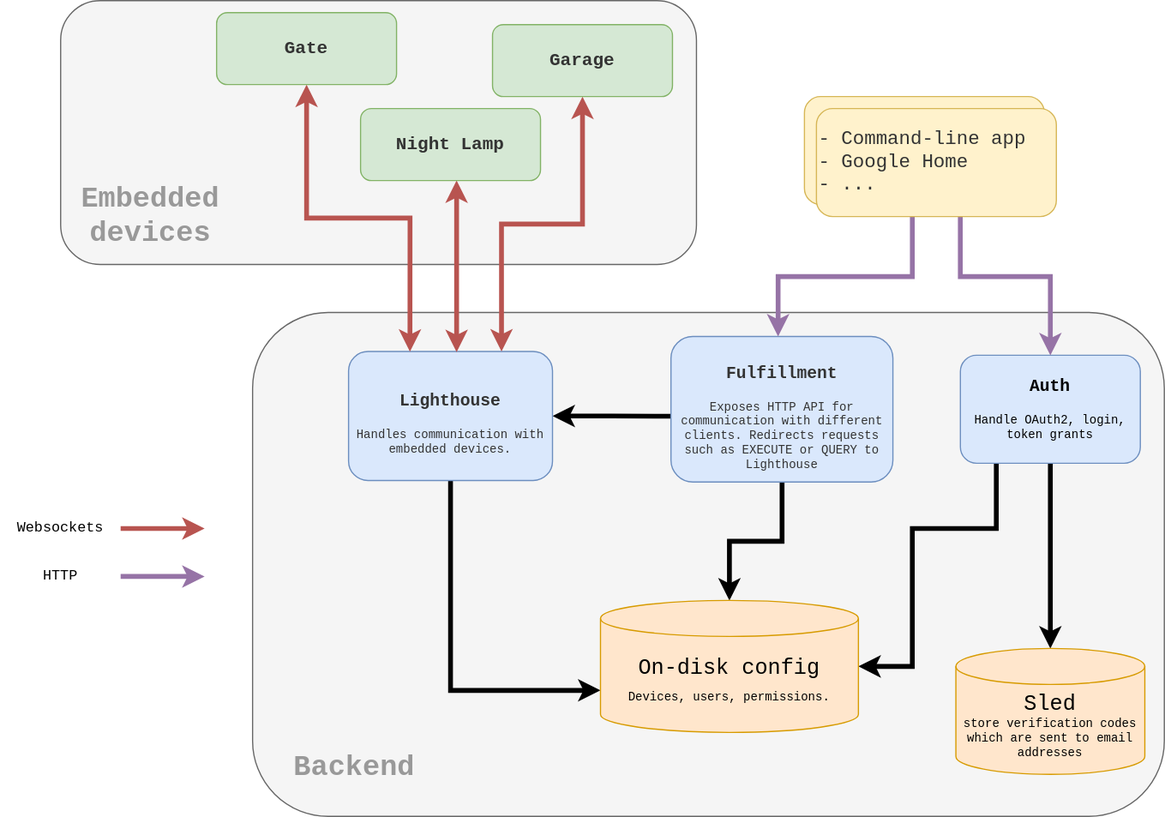
gbaranski/houseflow keeps this draw.io diagram as docs/architecture.svg. Above is the earlier version. Source tidied: cells renumbered, new cells last; positions are measured from the earlier drawing's top-left corner, leaving out a move shared by most shapes.
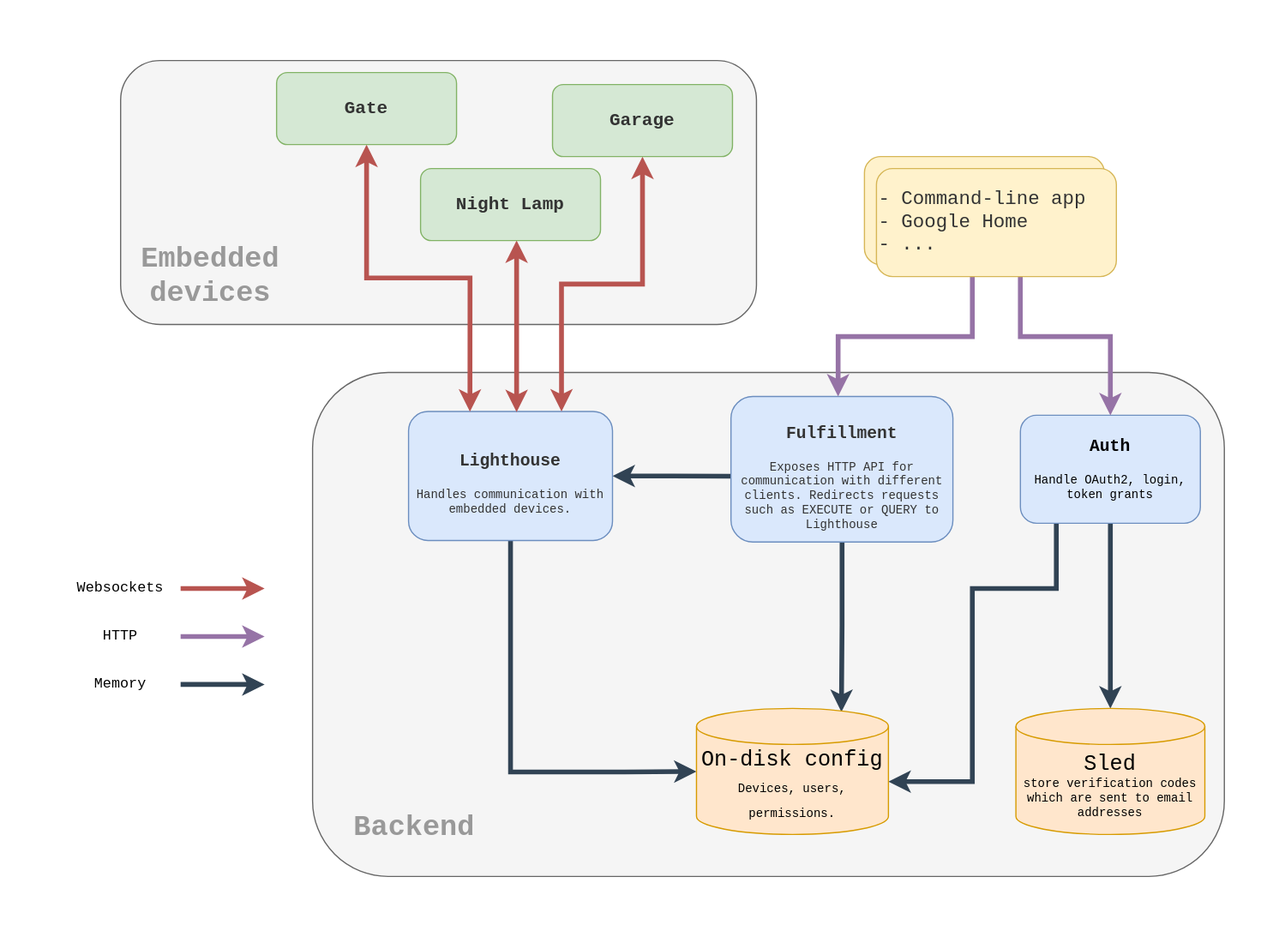
The same diagram one commit later.

Commit message:
docs: clean out architecture diagram

The edit, as a diff of the source:
```diff
@@ -8,20 +8,21 @@
     <mxCell id="3" style="rounded=1;whiteSpace=wrap;html=1;fillColor=#f5f5f5;strokeColor=#666666;fontColor=#333333;fontFamily=Courier New;" parent="1" vertex="1">
       <mxGeometry x="210" y="260" width="760" height="420" as="geometry" />
     </mxCell>
-    <mxCell id="4" style="edgeStyle=orthogonalEdgeStyle;rounded=0;jumpSize=6;jettySize=auto;html=1;entryX=-0.001;entryY=0.548;entryDx=0;entryDy=0;entryPerimeter=0;fontFamily=Courier New;fontSize=18;startArrow=classic;startFill=1;endArrow=none;endFill=0;strokeWidth=4;" parent="1" edge="1" source="6" target="8">
+    <mxCell id="4" style="edgeStyle=orthogonalEdgeStyle;rounded=0;jumpSize=6;jettySize=auto;html=1;entryX=-0.001;entryY=0.548;entryDx=0;entryDy=0;entryPerimeter=0;fontFamily=Courier New;fontSize=18;startArrow=classic;startFill=1;endArrow=none;endFill=0;strokeWidth=4;fillColor=#647687;strokeColor=#314354;" parent="1" edge="1" source="6" target="8">
       <mxGeometry relative="1" as="geometry" />
     </mxCell>
-    <mxCell id="5" style="edgeStyle=orthogonalEdgeStyle;rounded=0;jettySize=auto;html=1;entryX=0;entryY=0;entryDx=0;entryDy=75;entryPerimeter=0;strokeWidth=4;" parent="1" edge="1" source="6" target="29">
+    <mxCell id="5" style="edgeStyle=orthogonalEdgeStyle;rounded=0;jettySize=auto;html=1;entryX=0;entryY=0.5;entryDx=0;entryDy=0;entryPerimeter=0;strokeWidth=4;fillColor=#647687;strokeColor=#314354;" parent="1" edge="1" source="6" target="29">
       <mxGeometry relative="1" as="geometry">
         <Array as="points">
-          <mxPoint x="375" y="575" />
+          <mxPoint x="375" y="593" />
+          <mxPoint x="470" y="593" />
         </Array>
       </mxGeometry>
     </mxCell>
     <mxCell id="6" value="&lt;h3&gt;&lt;font&gt;Lighthouse&lt;/font&gt;&lt;/h3&gt;&lt;div style=&quot;font-size: 10px&quot;&gt;Handles communication with embedded devices.&lt;br&gt;&lt;/div&gt;" style="rounded=1;whiteSpace=wrap;html=1;fillColor=#dae8fc;strokeColor=#6c8ebf;fontColor=#333333;fontFamily=Courier New;" parent="1" vertex="1">
       <mxGeometry x="290" y="292.5" width="170" height="107.5" as="geometry" />
     </mxCell>
-    <mxCell id="7" style="edgeStyle=orthogonalEdgeStyle;rounded=0;jettySize=auto;html=1;strokeWidth=4;" parent="1" edge="1" source="8" target="29">
+    <mxCell id="7" style="edgeStyle=orthogonalEdgeStyle;rounded=0;jettySize=auto;html=1;strokeWidth=4;entryX=0.755;entryY=0.028;entryDx=0;entryDy=0;entryPerimeter=0;fillColor=#647687;strokeColor=#314354;" parent="1" edge="1" source="8" target="29">
       <mxGeometry relative="1" as="geometry" />
     </mxCell>
     <mxCell id="8" value="&lt;h3&gt;&lt;font&gt;Fulfillment&lt;/font&gt;&lt;/h3&gt;&lt;div style=&quot;font-size: 10px&quot;&gt;Exposes HTTP API for communication with different clients. Redirects requests such as EXECUTE or QUERY to Lighthouse&lt;br&gt;&lt;/div&gt;" style="rounded=1;whiteSpace=wrap;html=1;fillColor=#dae8fc;strokeColor=#6c8ebf;fontColor=#333333;fontFamily=Courier New;" parent="1" vertex="1">
@@ -53,19 +54,19 @@
     <mxCell id="15" style="rounded=1;whiteSpace=wrap;html=1;fillColor=#fff2cc;strokeColor=#d6b656;fontColor=#333333;fontFamily=Courier New;shadow=0;glass=0;sketch=0;fontSize=18;" parent="1" vertex="1">
       <mxGeometry x="670" y="80" width="200" height="90" as="geometry" />
     </mxCell>
-    <mxCell id="16" style="edgeStyle=orthogonalEdgeStyle;rounded=0;jumpSize=6;jettySize=auto;html=1;entryX=0.5;entryY=0;entryDx=0;entryDy=0;entryPerimeter=0;fontFamily=Courier New;fontSize=16;startArrow=none;startFill=0;endArrow=classic;endFill=1;strokeWidth=4;" parent="1" edge="1" source="18" target="28">
+    <mxCell id="16" style="edgeStyle=orthogonalEdgeStyle;rounded=0;jumpSize=6;jettySize=auto;html=1;entryX=0.5;entryY=0;entryDx=0;entryDy=0;entryPerimeter=0;fontFamily=Courier New;fontSize=16;startArrow=none;startFill=0;endArrow=classic;endFill=1;strokeWidth=4;fillColor=#647687;strokeColor=#314354;" parent="1" edge="1" source="18" target="28">
       <mxGeometry relative="1" as="geometry">
         <Array as="points">
           <mxPoint x="875" y="540" />
         </Array>
       </mxGeometry>
     </mxCell>
-    <mxCell id="17" style="edgeStyle=orthogonalEdgeStyle;rounded=0;jettySize=auto;html=1;entryX=1;entryY=0.5;entryDx=0;entryDy=0;entryPerimeter=0;strokeWidth=4;" parent="1" edge="1" source="18" target="29">
+    <mxCell id="17" style="edgeStyle=orthogonalEdgeStyle;rounded=0;jettySize=auto;html=1;strokeWidth=4;entryX=1;entryY=0.581;entryDx=0;entryDy=0;entryPerimeter=0;fillColor=#647687;strokeColor=#314354;" parent="1" edge="1" source="18" target="29">
       <mxGeometry relative="1" as="geometry">
         <Array as="points">
           <mxPoint x="830" y="440" />
           <mxPoint x="760" y="440" />
-          <mxPoint x="760" y="555" />
+          <mxPoint x="760" y="601" />
         </Array>
       </mxGeometry>
     </mxCell>
@@ -117,7 +118,15 @@
       <mxGeometry x="796.2" y="540" width="157.5" height="105" as="geometry" />
     </mxCell>
     <mxCell id="29" value="&lt;div&gt;On-disk config&lt;/div&gt;&lt;div&gt;&lt;font style=&quot;font-size: 10px&quot;&gt;Devices, users, permissions.&lt;br&gt;&lt;/font&gt;&lt;/div&gt;" style="shape=cylinder3;whiteSpace=wrap;html=1;boundedLbl=1;backgroundOutline=1;size=15;shadow=0;glass=0;sketch=0;fontFamily=Courier New;fontSize=18;fillColor=#ffe6cc;strokeColor=#d79b00;" parent="1" vertex="1">
-      <mxGeometry x="500" y="500" width="215" height="110" as="geometry" />
+      <mxGeometry x="530" y="540" width="160" height="105" as="geometry" />
     </mxCell>
+    <mxCell id="30" style="endArrow=none;startArrow=classic;html=1;fontFamily=Courier New;fillColor=#647687;strokeWidth=4;startFill=1;endFill=0;strokeColor=#314354;" parent="1" edge="1" target="31">
+      <mxGeometry relative="1" as="geometry">
+        <mxPoint x="170" y="520" as="sourcePoint" />
+      </mxGeometry>
+    </mxCell>
+    <mxCell id="31" value="Memory" style="text;html=1;strokeColor=none;fillColor=none;align=center;verticalAlign=middle;whiteSpace=wrap;rounded=0;fontFamily=Courier New;" parent="1" vertex="1">
+      <mxGeometry y="510" width="100" height="20" as="geometry" />
+    </mxCell>
   </root>
 </mxGraphModel>
```
